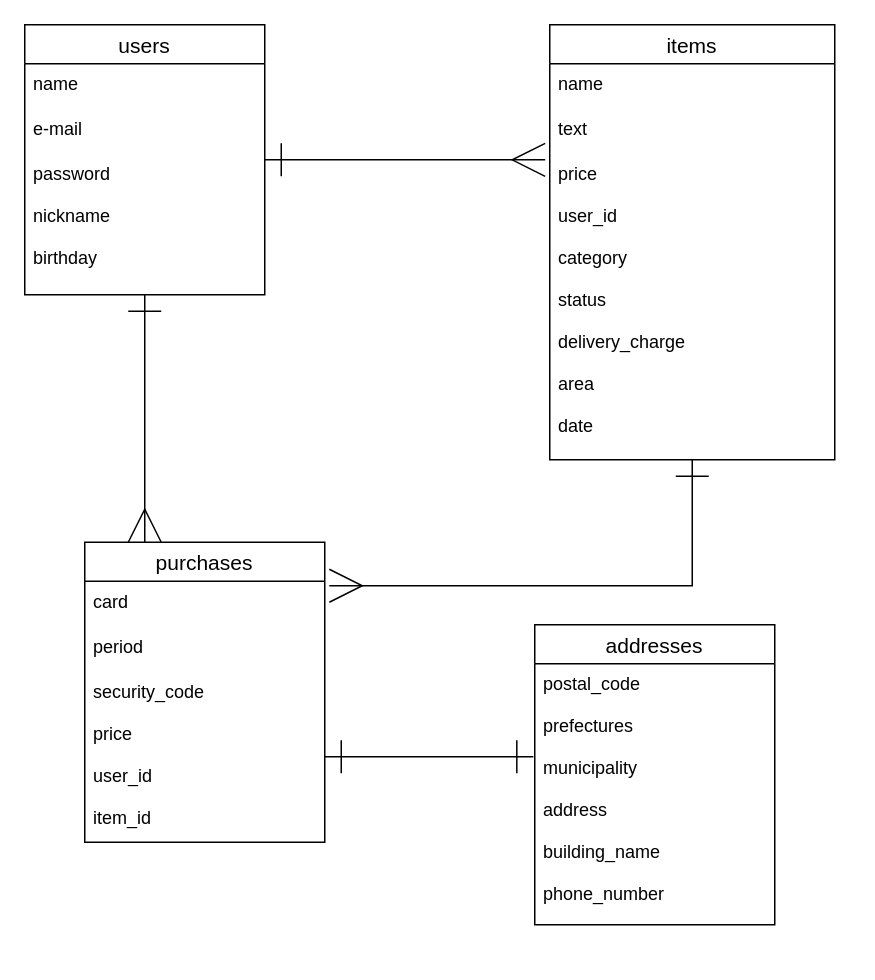
The draw.io diagram furima.dio in tamu-kazu/furima-30437, before the edit. Source tidied: cells renumbered, new cells numbered last; positions are measured from the earlier drawing's top-left corner, leaving out a move shared by most shapes. Both pictures are drawn from the tidied source at 150%, with x=0, y=0 at pixel (24, 24).
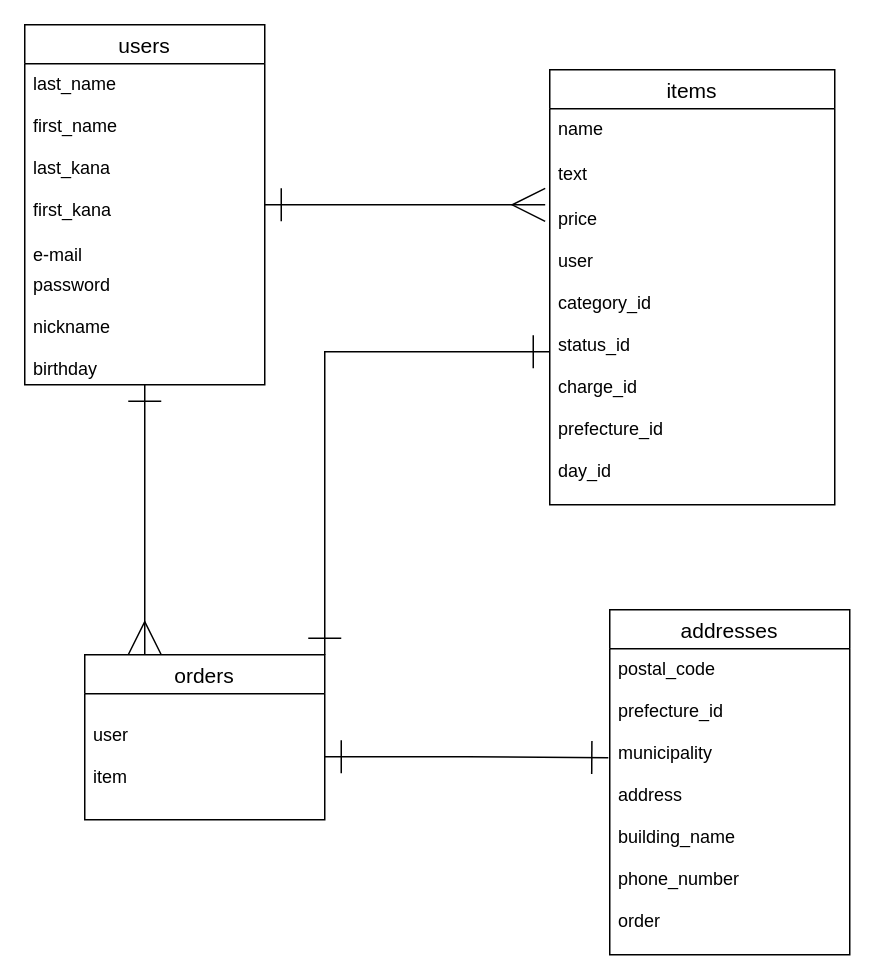
After the change.

What changed in the source:
```diff
@@
 <mxGraphModel>
   <root>
     <mxCell id="0" />
     <mxCell id="1" parent="0" />
     <mxCell id="2" style="edgeStyle=orthogonalEdgeStyle;rounded=0;jettySize=auto;html=1;entryX=-0.016;entryY=0.02;entryDx=0;entryDy=0;entryPerimeter=0;endArrow=ERmany;endFill=0;startArrow=ERone;startFill=0;endSize=20;targetPerimeterSpacing=0;startSize=20;" parent="1" edge="1" source="5" target="12">
       <mxGeometry relative="1" as="geometry" />
     </mxCell>
     <mxCell id="3" style="edgeStyle=orthogonalEdgeStyle;rounded=0;jettySize=auto;html=1;entryX=0.25;entryY=0;entryDx=0;entryDy=0;startArrow=ERone;startFill=0;startSize=20;endArrow=ERmany;endFill=0;endSize=20;targetPerimeterSpacing=0;" parent="1" edge="1" source="5" target="13">
       <mxGeometry relative="1" as="geometry" />
     </mxCell>
-    <mxCell id="4" style="edgeStyle=orthogonalEdgeStyle;rounded=0;jettySize=auto;html=1;entryX=1.019;entryY=0.1;entryDx=0;entryDy=0;entryPerimeter=0;startArrow=ERone;startFill=0;startSize=20;endArrow=ERmany;endFill=0;endSize=20;targetPerimeterSpacing=0;" parent="1" edge="1" source="9" target="14">
-      <mxGeometry relative="1" as="geometry" />
-    </mxCell>
     <mxCell id="5" value="users" style="swimlane;fontStyle=0;horizontal=1;startSize=26;align=center;fontSize=14;" parent="1" vertex="1">
-      <mxGeometry width="160" height="180" as="geometry" />
+      <mxGeometry width="160" height="240" as="geometry" />
     </mxCell>
-    <mxCell id="6" value="name" style="text;strokeColor=none;fillColor=none;spacingLeft=4;spacingRight=4;overflow=hidden;fontSize=12;" parent="5" vertex="1">
-      <mxGeometry y="26" width="160" height="30" as="geometry" />
+    <mxCell id="6" value="last_name&#10;&#10;first_name&#10;&#10;last_kana&#10;&#10;first_kana&#10;&#10;&#10;&#10;" style="text;strokeColor=none;fillColor=none;spacingLeft=4;spacingRight=4;overflow=hidden;fontSize=12;" parent="5" vertex="1">
+      <mxGeometry y="26" width="160" height="114" as="geometry" />
     </mxCell>
     <mxCell id="7" value="e-mail" style="text;strokeColor=none;fillColor=none;spacingLeft=4;spacingRight=4;overflow=hidden;fontSize=12;" parent="5" vertex="1">
-      <mxGeometry y="56" width="160" height="30" as="geometry" />
+      <mxGeometry y="140" width="160" height="20" as="geometry" />
     </mxCell>
-    <mxCell id="8" value="password&#10;&#10;nickname&#10;&#10;birthday&#10;&#10;" style="text;strokeColor=none;fillColor=none;spacingLeft=4;spacingRight=4;overflow=hidden;fontSize=12;" parent="5" vertex="1">
-      <mxGeometry y="86" width="160" height="94" as="geometry" />
+    <mxCell id="8" value="password&#10;&#10;nickname&#10;&#10;birthday&#10;&#10;&#10;&#10;" style="text;strokeColor=none;fillColor=none;spacingLeft=4;spacingRight=4;overflow=hidden;fontSize=12;" parent="5" vertex="1">
+      <mxGeometry y="160" width="160" height="80" as="geometry" />
     </mxCell>
+    <mxCell id="19" style="edgeStyle=orthogonalEdgeStyle;rounded=0;jettySize=auto;html=1;entryX=-0.006;entryY=0.356;entryDx=0;entryDy=0;entryPerimeter=0;startArrow=ERone;startFill=0;startSize=20;endArrow=ERone;endFill=0;endSize=20;targetPerimeterSpacing=0;" parent="1" edge="1" source="16" target="18">
+      <mxGeometry relative="1" as="geometry" />
+    </mxCell>
+    <mxCell id="13" value="orders" style="swimlane;fontStyle=0;horizontal=1;startSize=26;align=center;fontSize=14;fillColor=none;" parent="1" vertex="1">
+      <mxGeometry x="40" y="420" width="160" height="110" as="geometry" />
+    </mxCell>
+    <mxCell id="16" value="&#10;user&#10;&#10;item" style="text;strokeColor=none;fillColor=none;spacingLeft=4;spacingRight=4;overflow=hidden;points=[[0,0.5],[1,0.5]];portConstraint=eastwest;fontSize=12;" parent="13" vertex="1">
+      <mxGeometry y="26" width="160" height="84" as="geometry" />
+    </mxCell>
+    <mxCell id="17" value="addresses" style="swimlane;fontStyle=0;horizontal=1;startSize=26;align=center;fontSize=14;fillColor=none;" parent="1" vertex="1">
+      <mxGeometry x="390" y="390" width="160" height="230" as="geometry" />
+    </mxCell>
+    <mxCell id="18" value="postal_code&#10;&#10;prefecture_id&#10;&#10;municipality&#10;&#10;address&#10;&#10;building_name&#10;&#10;phone_number&#10;&#10;order&#10;" style="text;strokeColor=none;fillColor=none;spacingLeft=4;spacingRight=4;overflow=hidden;points=[[0,0.5],[1,0.5]];portConstraint=eastwest;fontSize=12;" parent="17" vertex="1">
+      <mxGeometry y="26" width="160" height="204" as="geometry" />
+    </mxCell>
     <mxCell id="9" value="items" style="swimlane;fontStyle=0;horizontal=1;startSize=26;align=center;fontSize=14;" parent="1" vertex="1">
-      <mxGeometry x="350" width="190" height="290" as="geometry" />
+      <mxGeometry x="350" y="30" width="190" height="290" as="geometry" />
     </mxCell>
     <mxCell id="10" value="name" style="text;strokeColor=none;fillColor=none;spacingLeft=4;spacingRight=4;overflow=hidden;fontSize=12;" parent="9" vertex="1">
       <mxGeometry y="26" width="190" height="30" as="geometry" />
     </mxCell>
     <mxCell id="11" value="text" style="text;strokeColor=none;fillColor=none;spacingLeft=4;spacingRight=4;overflow=hidden;fontSize=12;" parent="9" vertex="1">
       <mxGeometry y="56" width="190" height="30" as="geometry" />
     </mxCell>
-    <mxCell id="12" value="price&#10;&#10;user_id&#10;&#10;category&#10;&#10;status&#10;&#10;delivery_charge&#10;&#10;area&#10;&#10;date&#10;&#10;&#10;&#10;&#10;&#10;" style="text;strokeColor=none;fillColor=none;spacingLeft=4;spacingRight=4;overflow=hidden;points=[[0,0.5],[1,0.5]];portConstraint=eastwest;fontSize=12;" parent="9" vertex="1">
+    <mxCell id="12" value="price&#10;&#10;user&#10;&#10;category_id&#10;&#10;status_id&#10;&#10;charge_id&#10;&#10;prefecture_id&#10;&#10;day_id&#10;&#10;&#10;&#10;&#10;&#10;" style="text;strokeColor=none;fillColor=none;spacingLeft=4;spacingRight=4;overflow=hidden;points=[[0,0.5],[1,0.5]];portConstraint=eastwest;fontSize=12;" parent="9" vertex="1">
       <mxGeometry y="86" width="190" height="204" as="geometry" />
     </mxCell>
-    <mxCell id="13" value="purchases" style="swimlane;fontStyle=0;horizontal=1;startSize=26;align=center;fontSize=14;fillColor=none;" parent="1" vertex="1">
-      <mxGeometry x="40" y="345" width="160" height="200" as="geometry" />
-    </mxCell>
-    <mxCell id="14" value="card" style="text;strokeColor=none;fillColor=none;spacingLeft=4;spacingRight=4;overflow=hidden;points=[[0,0.5],[1,0.5]];portConstraint=eastwest;fontSize=12;" parent="13" vertex="1">
-      <mxGeometry y="26" width="160" height="30" as="geometry" />
-    </mxCell>
-    <mxCell id="15" value="period" style="text;strokeColor=none;fillColor=none;spacingLeft=4;spacingRight=4;overflow=hidden;fontSize=12;" parent="13" vertex="1">
-      <mxGeometry y="56" width="160" height="30" as="geometry" />
-    </mxCell>
-    <mxCell id="16" value="security_code&#10;&#10;price&#10;&#10;user_id&#10;&#10;item_id" style="text;strokeColor=none;fillColor=none;spacingLeft=4;spacingRight=4;overflow=hidden;points=[[0,0.5],[1,0.5]];portConstraint=eastwest;fontSize=12;" parent="13" vertex="1">
-      <mxGeometry y="86" width="160" height="114" as="geometry" />
-    </mxCell>
-    <mxCell id="17" value="addresses" style="swimlane;fontStyle=0;horizontal=1;startSize=26;align=center;fontSize=14;fillColor=none;" parent="1" vertex="1">
-      <mxGeometry x="340" y="400" width="160" height="200" as="geometry" />
-    </mxCell>
-    <mxCell id="18" value="postal_code&#10;&#10;prefectures&#10;&#10;municipality&#10;&#10;address&#10;&#10;building_name&#10;&#10;phone_number&#10;" style="text;strokeColor=none;fillColor=none;spacingLeft=4;spacingRight=4;overflow=hidden;points=[[0,0.5],[1,0.5]];portConstraint=eastwest;fontSize=12;" parent="17" vertex="1">
-      <mxGeometry y="26" width="160" height="174" as="geometry" />
-    </mxCell>
-    <mxCell id="19" style="edgeStyle=orthogonalEdgeStyle;rounded=0;jettySize=auto;html=1;entryX=-0.006;entryY=0.356;entryDx=0;entryDy=0;entryPerimeter=0;startArrow=ERone;startFill=0;startSize=20;endArrow=ERone;endFill=0;endSize=20;targetPerimeterSpacing=0;" parent="1" edge="1" source="16" target="18">
-      <mxGeometry relative="1" as="geometry" />
-    </mxCell>
+    <mxCell id="20" style="edgeStyle=orthogonalEdgeStyle;rounded=0;jettySize=auto;html=1;exitX=0;exitY=0.5;exitDx=0;exitDy=0;entryX=1;entryY=0;entryDx=0;entryDy=0;startArrow=ERone;startFill=0;endArrow=ERone;endFill=0;endSize=20;startSize=20;" parent="1" edge="1" source="12" target="13">
+      <mxGeometry relative="1" as="geometry" />
+    </mxCell>
   </root>
 </mxGraphModel>
```
